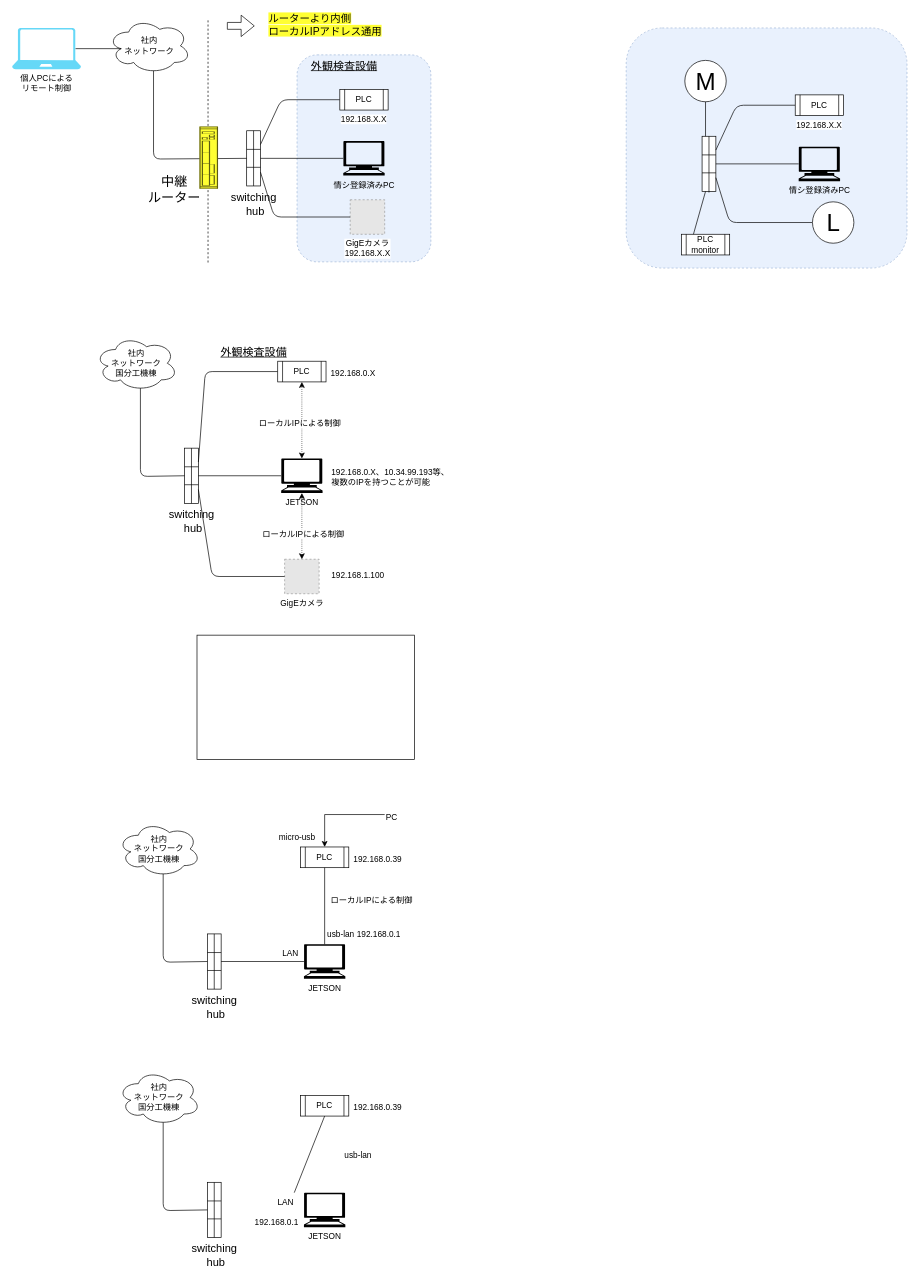
This is images/net.drawio from Flamingo-G/hello-world, a draw.io file, before an edit. Source tidied: cells renumbered, new cells numbered last; positions are measured from the earlier drawing's top-left corner, leaving out a move shared by most shapes. Both pictures are drawn from the tidied source at 69%, with x=0, y=0 at pixel (12, 14). Pictures stored in the file or linked from it are replaced by grey dashed boxes.
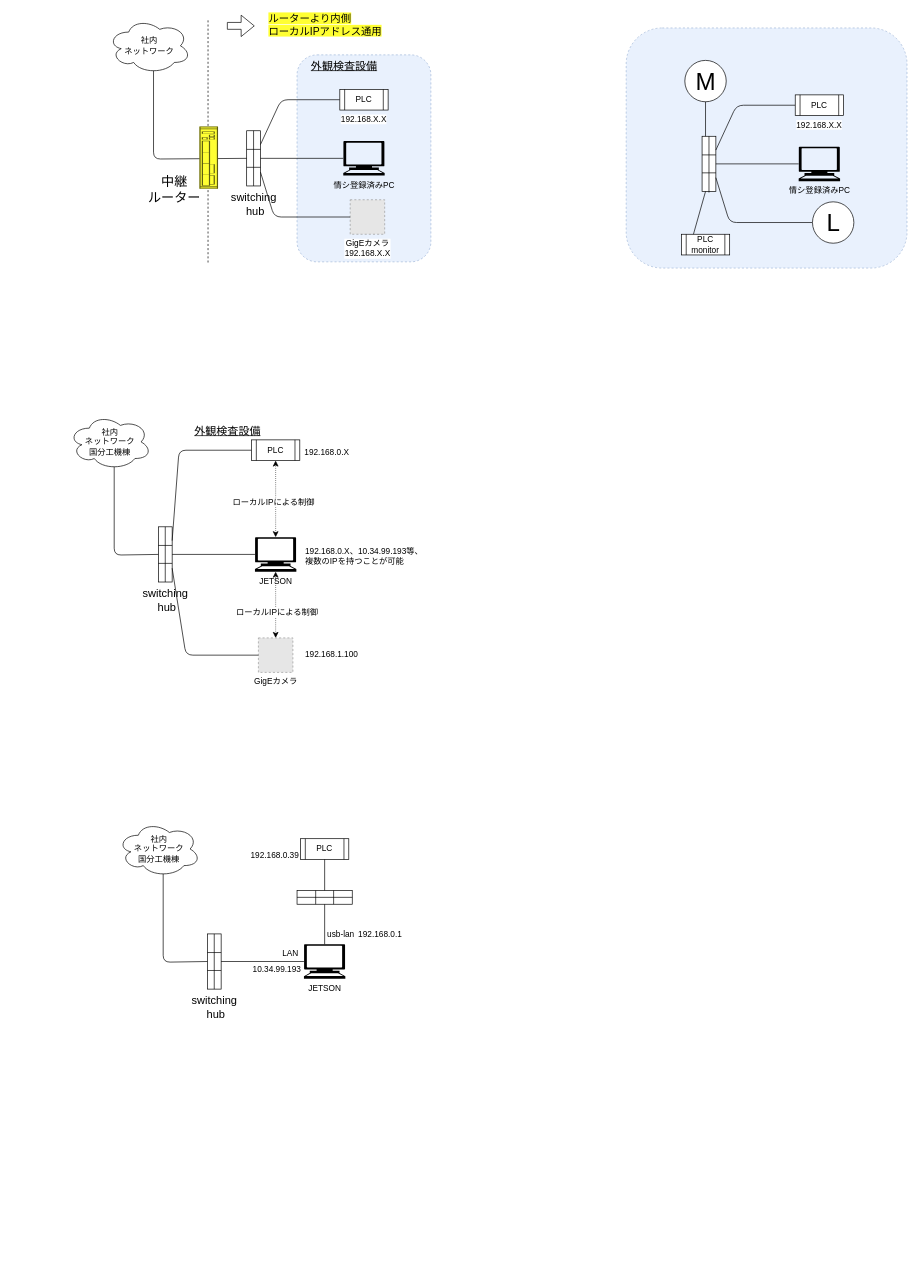
The same diagram, later.

Commit message:
net.drawio を更新します

Unchanged cells that the change refers to:
```xml
<mxCell id="4" value="社内&lt;br&gt;ネットワーク" style="ellipse;shape=cloud;whiteSpace=wrap;html=1;" parent="1" vertex="1">
  <mxGeometry x="139" y="6" width="120" height="80" as="geometry" />
</mxCell>
```

Change to the diagram source:
```diff
@@
-    <mxCell id="19" value="個人PCによる&lt;br&gt;リモート制御" style="verticalLabelPosition=bottom;html=1;verticalAlign=top;align=center;strokeColor=none;fillColor=#00BEF2;shape=mxgraph.azure.laptop;dashed=1;labelBackgroundColor=none;opacity=60;" parent="1" vertex="1">
-      <mxGeometry y="20" width="100" height="60" as="geometry" />
-    </mxCell>
-    <mxCell id="20" style="endArrow=none;html=1;entryX=0.92;entryY=0.5;entryDx=0;entryDy=0;entryPerimeter=0;exitX=0.16;exitY=0.55;exitDx=0;exitDy=0;exitPerimeter=0;" parent="1" edge="1" source="4" target="19">
-      <mxGeometry relative="1" as="geometry" />
-    </mxCell>
@@
     <mxCell id="23" value="JETSON" style="shape=mxgraph.signs.tech.computer;html=1;fillColor=#000000;strokeColor=none;verticalLabelPosition=bottom;verticalAlign=top;align=center;" parent="1" vertex="1">
-      <mxGeometry x="390" y="644" width="60" height="50" as="geometry" />
+      <mxGeometry x="352" y="758" width="60" height="50" as="geometry" />
     </mxCell>
     <mxCell id="24" value="社内&lt;br&gt;ネットワーク&lt;br&gt;国分工機棟" style="ellipse;shape=cloud;whiteSpace=wrap;html=1;" parent="1" vertex="1">
-      <mxGeometry x="120" y="466" width="120" height="80" as="geometry" />
+      <mxGeometry x="82" y="580" width="120" height="80" as="geometry" />
     </mxCell>
     <mxCell id="25" style="shape=process;whiteSpace=wrap;html=1;backgroundOutline=1;size=0.3333333333333333;rotation=90;fillColor=#FFFFFF;" parent="1" vertex="1">
-      <mxGeometry x="220" y="659" width="80" height="20" as="geometry" />
+      <mxGeometry x="182" y="773" width="80" height="20" as="geometry" />
     </mxCell>
     <mxCell id="26" value="GigEカメラ" style="fillColor=#E6E6E6;strokeColor=#999999;dashed=1;html=1;verticalAlign=top;verticalLabelPosition=bottom;labelBackgroundColor=#ffffff;" parent="1" vertex="1">
-      <mxGeometry x="395" y="790" width="50" height="50" as="geometry" />
+      <mxGeometry x="357" y="904" width="50" height="50" as="geometry" />
     </mxCell>
     <mxCell id="27" style="endArrow=none;html=1;entryX=0;entryY=0.5;entryDx=0;entryDy=0;exitX=0.25;exitY=0;exitDx=0;exitDy=0;" parent="1" edge="1" source="25" target="32">
       <mxGeometry relative="1" as="geometry">
         <Array as="points">
-          <mxPoint x="280" y="518" />
+          <mxPoint x="242" y="632" />
         </Array>
       </mxGeometry>
     </mxCell>
     <mxCell id="28" style="endArrow=none;html=1;entryX=0;entryY=0.5;entryDx=0;entryDy=0;exitX=0.75;exitY=0;exitDx=0;exitDy=0;" parent="1" edge="1" source="25" target="26">
       <mxGeometry relative="1" as="geometry">
         <Array as="points">
-          <mxPoint x="290" y="815" />
+          <mxPoint x="252" y="929" />
         </Array>
       </mxGeometry>
     </mxCell>
@@
     <mxCell id="30" style="endArrow=none;html=1;entryX=0.55;entryY=0.95;entryDx=0;entryDy=0;exitX=0.5;exitY=1;exitDx=0;exitDy=0;entryPerimeter=0;" parent="1" edge="1" source="25" target="24">
       <mxGeometry relative="1" as="geometry">
         <Array as="points">
-          <mxPoint x="186" y="670" />
+          <mxPoint x="148" y="784" />
         </Array>
       </mxGeometry>
     </mxCell>
@@
     <mxCell id="32" value="PLC" style="shape=process;whiteSpace=wrap;html=1;backgroundOutline=1;" parent="1" vertex="1">
-      <mxGeometry x="385" y="503" width="70" height="30" as="geometry" />
+      <mxGeometry x="347" y="617" width="70" height="30" as="geometry" />
     </mxCell>
     <mxCell id="33" value="&lt;span style=&quot;color: rgb(0 , 0 , 0) ; font-family: &amp;#34;helvetica&amp;#34; ; font-size: 12px ; font-style: normal ; font-weight: 400 ; letter-spacing: normal ; text-align: center ; text-indent: 0px ; text-transform: none ; word-spacing: 0px ; background-color: rgb(255 , 255 , 255) ; display: inline ; float: none&quot;&gt;192.168.0.X&lt;/span&gt;" style="text;whiteSpace=wrap;html=1;" parent="1" vertex="1">
-      <mxGeometry x="460" y="507" width="90" height="20" as="geometry" />
+      <mxGeometry x="422" y="621" width="90" height="20" as="geometry" />
     </mxCell>
@@
     <mxCell id="35" value="&lt;font style=&quot;font-size: 16px&quot;&gt;&lt;u&gt;外観検査設備&lt;/u&gt;&lt;/font&gt;" style="text;html=1;align=center;verticalAlign=middle;" parent="1" vertex="1">
-      <mxGeometry x="295" y="480" width="110" height="20" as="geometry" />
+      <mxGeometry x="257" y="594" width="110" height="20" as="geometry" />
     </mxCell>
     <mxCell id="36" value="&lt;span style=&quot;font-size: 16px&quot;&gt;switching&lt;br&gt;&amp;nbsp;hub&lt;/span&gt;" style="text;html=1;align=center;verticalAlign=middle;" parent="1" vertex="1">
-      <mxGeometry x="220" y="720" width="80" height="30" as="geometry" />
+      <mxGeometry x="182" y="834" width="80" height="30" as="geometry" />
     </mxCell>
     <mxCell id="37" value="&lt;span style=&quot;color: rgb(0 , 0 , 0) ; font-family: &amp;#34;helvetica&amp;#34; ; font-size: 12px ; font-style: normal ; font-weight: 400 ; letter-spacing: normal ; text-align: center ; text-indent: 0px ; text-transform: none ; word-spacing: 0px ; background-color: rgb(255 , 255 , 255) ; display: inline ; float: none&quot;&gt;192.168.0.X、10.34.99.193等、複数のIPを持つことが可能&lt;br&gt;&lt;/span&gt;" style="text;whiteSpace=wrap;html=1;" parent="1" vertex="1">
-      <mxGeometry x="461" y="651" width="184" height="36" as="geometry" />
+      <mxGeometry x="423" y="765" width="184" height="36" as="geometry" />
     </mxCell>
@@
     <mxCell id="40" value="&lt;span style=&quot;color: rgb(0 , 0 , 0) ; font-family: &amp;#34;helvetica&amp;#34; ; font-size: 12px ; font-style: normal ; font-weight: 400 ; letter-spacing: normal ; text-align: center ; text-indent: 0px ; text-transform: none ; word-spacing: 0px ; background-color: rgb(255 , 255 , 255) ; display: inline ; float: none&quot;&gt;ローカルIPによる制御&lt;br&gt;&lt;/span&gt;" style="text;whiteSpace=wrap;html=1;" parent="1" vertex="1">
-      <mxGeometry x="355.5" y="580" width="129" height="20" as="geometry" />
+      <mxGeometry x="317.5" y="694" width="129" height="20" as="geometry" />
     </mxCell>
     <mxCell id="41" value="&lt;span style=&quot;color: rgb(0 , 0 , 0) ; font-family: &amp;#34;helvetica&amp;#34; ; font-size: 12px ; font-style: normal ; font-weight: 400 ; letter-spacing: normal ; text-align: center ; text-indent: 0px ; text-transform: none ; word-spacing: 0px ; background-color: rgb(255 , 255 , 255) ; display: inline ; float: none&quot;&gt;ローカルIPによる制御&lt;br&gt;&lt;/span&gt;" style="text;whiteSpace=wrap;html=1;" parent="1" vertex="1">
-      <mxGeometry x="360.5" y="740" width="124" height="30" as="geometry" />
+      <mxGeometry x="322.5" y="854" width="124" height="30" as="geometry" />
     </mxCell>
     <mxCell id="42" value="&lt;span style=&quot;color: rgb(0, 0, 0); font-family: helvetica; font-size: 12px; font-style: normal; font-weight: 400; letter-spacing: normal; text-align: center; text-indent: 0px; text-transform: none; word-spacing: 0px; background-color: rgb(255, 255, 255); display: inline; float: none;&quot;&gt;192.168.1.100&lt;/span&gt;" style="text;whiteSpace=wrap;html=1;" parent="1" vertex="1">
-      <mxGeometry x="461" y="800" width="100" height="30" as="geometry" />
+      <mxGeometry x="423" y="914" width="100" height="30" as="geometry" />
     </mxCell>
@@
     <mxCell id="48" value="PLC" style="shape=process;whiteSpace=wrap;html=1;backgroundOutline=1;" parent="1" vertex="1">
-      <mxGeometry x="418" y="1207" width="70" height="30" as="geometry" />
+      <mxGeometry x="418" y="1195" width="70" height="30" as="geometry" />
     </mxCell>
     <mxCell id="49" value="&lt;span style=&quot;color: rgb(0 , 0 , 0) ; font-family: &amp;#34;helvetica&amp;#34; ; font-size: 12px ; font-style: normal ; font-weight: 400 ; letter-spacing: normal ; text-align: center ; text-indent: 0px ; text-transform: none ; word-spacing: 0px ; background-color: rgb(255 , 255 , 255) ; display: inline ; float: none&quot;&gt;192.168.0.39&lt;/span&gt;" style="text;whiteSpace=wrap;html=1;" parent="1" vertex="1">
-      <mxGeometry x="493" y="1211" width="90" height="20" as="geometry" />
+      <mxGeometry x="344" y="1205" width="90" height="20" as="geometry" />
     </mxCell>
@@
-    <mxCell id="51" value="&lt;span style=&quot;color: rgb(0 , 0 , 0) ; font-family: &amp;#34;helvetica&amp;#34; ; font-size: 12px ; font-style: normal ; font-weight: 400 ; letter-spacing: normal ; text-align: center ; text-indent: 0px ; text-transform: none ; word-spacing: 0px ; background-color: rgb(255 , 255 , 255) ; display: inline ; float: none&quot;&gt;ローカルIPによる制御&lt;br&gt;&lt;/span&gt;" style="text;whiteSpace=wrap;html=1;" parent="1" vertex="1">
-      <mxGeometry x="460" y="1270" width="135" height="30" as="geometry" />
-    </mxCell>
@@
-    <mxCell id="56" style="edgeStyle=orthogonalEdgeStyle;rounded=0;jettySize=auto;html=1;" parent="1" edge="1" source="57" target="48">
-      <mxGeometry relative="1" as="geometry" />
-    </mxCell>
-    <mxCell id="57" value="&lt;span style=&quot;color: rgb(0 , 0 , 0) ; font-family: &amp;#34;helvetica&amp;#34; ; font-size: 12px ; font-style: normal ; font-weight: 400 ; letter-spacing: normal ; text-align: center ; text-indent: 0px ; text-transform: none ; word-spacing: 0px ; background-color: rgb(255 , 255 , 255) ; display: inline ; float: none&quot;&gt;PC&lt;br&gt;&lt;/span&gt;" style="text;whiteSpace=wrap;html=1;" parent="1" vertex="1">
-      <mxGeometry x="540" y="1150" width="90" height="20" as="geometry" />
-    </mxCell>
-    <mxCell id="58" value="&lt;span style=&quot;color: rgb(0 , 0 , 0) ; font-family: &amp;#34;helvetica&amp;#34; ; font-size: 12px ; font-style: normal ; font-weight: 400 ; letter-spacing: normal ; text-align: center ; text-indent: 0px ; text-transform: none ; word-spacing: 0px ; background-color: rgb(255 , 255 , 255) ; display: inline ; float: none&quot;&gt;micro-usb&lt;br&gt;&lt;/span&gt;" style="text;whiteSpace=wrap;html=1;" parent="1" vertex="1">
-      <mxGeometry x="385" y="1180" width="65" height="20" as="geometry" />
-    </mxCell>
     <mxCell id="59" value="&lt;span style=&quot;color: rgb(0 , 0 , 0) ; font-family: &amp;#34;helvetica&amp;#34; ; font-size: 12px ; font-style: normal ; font-weight: 400 ; letter-spacing: normal ; text-align: center ; text-indent: 0px ; text-transform: none ; word-spacing: 0px ; background-color: rgb(255 , 255 , 255) ; display: inline ; float: none&quot;&gt;192.168.0.1&lt;/span&gt;" style="text;whiteSpace=wrap;html=1;" parent="1" vertex="1">
-      <mxGeometry x="497.5" y="1320" width="90" height="20" as="geometry" />
+      <mxGeometry x="500" y="1320" width="90" height="20" as="geometry" />
     </mxCell>
-    <mxCell id="60" value="JETSON" style="shape=mxgraph.signs.tech.computer;html=1;fillColor=#000000;strokeColor=none;verticalLabelPosition=bottom;verticalAlign=top;align=center;" parent="1" vertex="1">
-      <mxGeometry x="423" y="1708" width="60" height="50" as="geometry" />
-    </mxCell>
-    <mxCell id="61" value="社内&lt;br&gt;ネットワーク&lt;br&gt;国分工機棟" style="ellipse;shape=cloud;whiteSpace=wrap;html=1;" parent="1" vertex="1">
-      <mxGeometry x="153" y="1530" width="120" height="80" as="geometry" />
-    </mxCell>
-    <mxCell id="62" style="shape=process;whiteSpace=wrap;html=1;backgroundOutline=1;size=0.3333333333333333;rotation=90;fillColor=#FFFFFF;" parent="1" vertex="1">
-      <mxGeometry x="253" y="1723" width="80" height="20" as="geometry" />
-    </mxCell>
-    <mxCell id="63" style="endArrow=none;html=1;entryX=0.55;entryY=0.95;entryDx=0;entryDy=0;exitX=0.5;exitY=1;exitDx=0;exitDy=0;entryPerimeter=0;" parent="1" edge="1" source="62" target="61">
-      <mxGeometry relative="1" as="geometry">
-        <Array as="points">
-          <mxPoint x="219" y="1734" />
-        </Array>
-      </mxGeometry>
-    </mxCell>
-    <mxCell id="64" style="endArrow=none;html=1;entryX=0;entryY=0.5;entryDx=0;entryDy=0;exitX=1;exitY=0.5;exitDx=0;exitDy=0;" parent="1" edge="1" source="62" target="62">
-      <mxGeometry relative="1" as="geometry" />
-    </mxCell>
-    <mxCell id="65" value="PLC" style="shape=process;whiteSpace=wrap;html=1;backgroundOutline=1;" parent="1" vertex="1">
-      <mxGeometry x="418" y="1567" width="70" height="30" as="geometry" />
-    </mxCell>
-    <mxCell id="66" value="&lt;span style=&quot;color: rgb(0 , 0 , 0) ; font-family: &amp;#34;helvetica&amp;#34; ; font-size: 12px ; font-style: normal ; font-weight: 400 ; letter-spacing: normal ; text-align: center ; text-indent: 0px ; text-transform: none ; word-spacing: 0px ; background-color: rgb(255 , 255 , 255) ; display: inline ; float: none&quot;&gt;192.168.0.39&lt;/span&gt;" style="text;whiteSpace=wrap;html=1;" parent="1" vertex="1">
-      <mxGeometry x="493" y="1571" width="90" height="20" as="geometry" />
-    </mxCell>
-    <mxCell id="67" value="&lt;span style=&quot;font-size: 16px&quot;&gt;switching&lt;br&gt;&amp;nbsp;hub&lt;/span&gt;" style="text;html=1;align=center;verticalAlign=middle;" parent="1" vertex="1">
-      <mxGeometry x="253" y="1784" width="80" height="30" as="geometry" />
-    </mxCell>
-    <mxCell id="68" style="endArrow=none;html=1;entryX=0.5;entryY=1;entryDx=0;entryDy=0;" parent="1" edge="1" source="69" target="65">
-      <mxGeometry relative="1" as="geometry" />
-    </mxCell>
-    <mxCell id="69" value="&lt;span style=&quot;color: rgb(0 , 0 , 0) ; font-family: &amp;#34;helvetica&amp;#34; ; font-size: 12px ; font-style: normal ; font-weight: 400 ; letter-spacing: normal ; text-align: center ; text-indent: 0px ; text-transform: none ; word-spacing: 0px ; background-color: rgb(255 , 255 , 255) ; display: inline ; float: none&quot;&gt;LAN&lt;br&gt;&lt;/span&gt;" style="text;whiteSpace=wrap;html=1;" parent="1" vertex="1">
-      <mxGeometry x="383" y="1708" width="40" height="30" as="geometry" />
-    </mxCell>
-    <mxCell id="70" value="&lt;span style=&quot;color: rgb(0 , 0 , 0) ; font-family: &amp;#34;helvetica&amp;#34; ; font-size: 12px ; font-style: normal ; font-weight: 400 ; letter-spacing: normal ; text-align: center ; text-indent: 0px ; text-transform: none ; word-spacing: 0px ; background-color: rgb(255 , 255 , 255) ; display: inline ; float: none&quot;&gt;usb-lan&lt;br&gt;&lt;/span&gt;" style="text;whiteSpace=wrap;html=1;" parent="1" vertex="1">
-      <mxGeometry x="480" y="1640" width="65" height="30" as="geometry" />
-    </mxCell>
-    <mxCell id="71" value="&lt;span style=&quot;color: rgb(0 , 0 , 0) ; font-family: &amp;#34;helvetica&amp;#34; ; font-size: 12px ; font-style: normal ; font-weight: 400 ; letter-spacing: normal ; text-align: center ; text-indent: 0px ; text-transform: none ; word-spacing: 0px ; background-color: rgb(255 , 255 , 255) ; display: inline ; float: none&quot;&gt;192.168.0.1&lt;/span&gt;" style="text;whiteSpace=wrap;html=1;" parent="1" vertex="1">
-      <mxGeometry x="350" y="1738" width="90" height="20" as="geometry" />
-    </mxCell>
@@
-    <mxCell id="88" style="rounded=0;whiteSpace=wrap;html=1;" parent="1" vertex="1">
-      <mxGeometry x="268" y="900" width="315" height="180" as="geometry" />
-    </mxCell>
+    <mxCell id="89" style="shape=process;whiteSpace=wrap;html=1;backgroundOutline=1;size=0.3333333333333333;rotation=0;fillColor=#FFFFFF;" parent="1" vertex="1">
+      <mxGeometry x="413" y="1270" width="80" height="20" as="geometry" />
+    </mxCell>
+    <mxCell id="90" style="endArrow=none;html=1;entryX=1;entryY=0.5;entryDx=0;entryDy=0;exitX=0;exitY=0.5;exitDx=0;exitDy=0;" parent="1" edge="1" source="89" target="89">
+      <mxGeometry relative="1" as="geometry" />
+    </mxCell>
+    <mxCell id="91" value="&lt;span style=&quot;color: rgb(0 , 0 , 0) ; font-family: &amp;#34;helvetica&amp;#34; ; font-size: 12px ; font-style: normal ; font-weight: 400 ; letter-spacing: normal ; text-align: center ; text-indent: 0px ; text-transform: none ; word-spacing: 0px ; background-color: rgb(255 , 255 , 255) ; display: inline ; float: none&quot;&gt;10.34.99.193&lt;/span&gt;" style="text;whiteSpace=wrap;html=1;" parent="1" vertex="1">
+      <mxGeometry x="347" y="1370" width="90" height="20" as="geometry" />
+    </mxCell>
```
